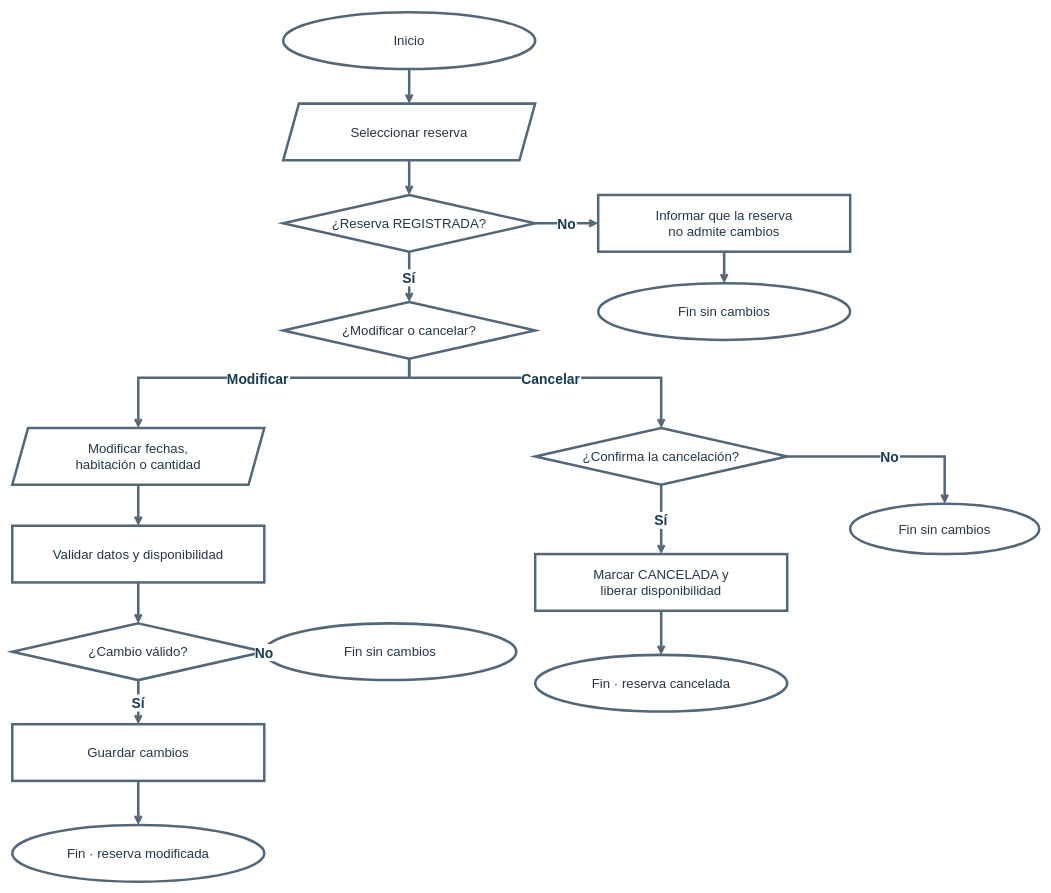
Yutre3/hotel-duerme-bien keeps this draw.io diagram as diagramas-editables/flujo-gestion-reservas.drawio. Above is the earlier version. Source tidied: cells renumbered, new cells numbered last; positions are measured from the earlier drawing's top-left corner, leaving out a move shared by most shapes. Both pictures are drawn from the tidied source at 63%, with x=0, y=0 at pixel (12, 12).
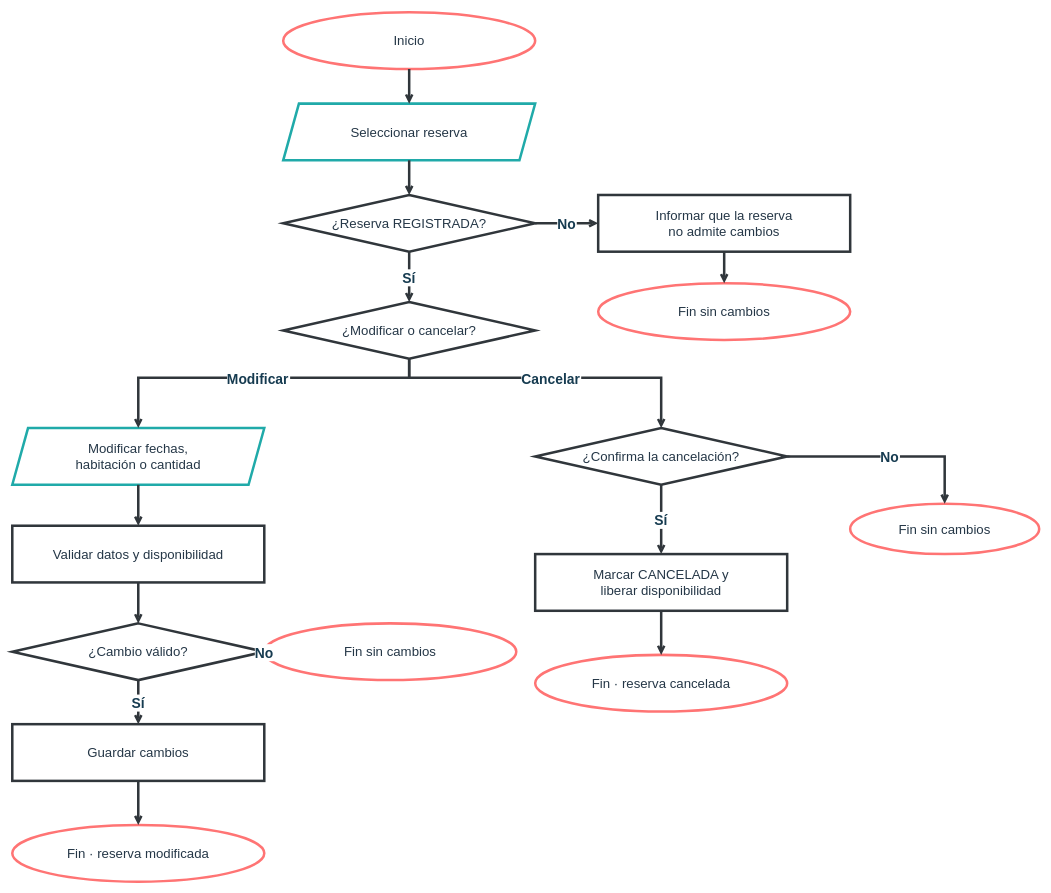
Above is the later version.

What changed in the source:
```diff
@@
-    <mxCell id="2" value="Inicio" style="ellipse;html=0;whiteSpace=wrap;strokeColor=#546778;strokeWidth=4;fillColor=#ffffff;fontColor=#253747;fontSize=21;" parent="1" vertex="1">
+    <mxCell id="2" value="Inicio" style="ellipse;html=0;whiteSpace=wrap;strokeColor=#ff7474;strokeWidth=4;fillColor=#ffffff;fontColor=#253747;fontSize=21;" parent="1" vertex="1">
       <mxGeometry x="430" width="400" height="90" as="geometry" />
     </mxCell>
-    <mxCell id="3" value="Seleccionar reserva" style="shape=parallelogram;fixedSize=1;size=25;html=0;whiteSpace=wrap;strokeColor=#546778;strokeWidth=4;fillColor=#ffffff;fontColor=#253747;fontSize=21;" parent="1" vertex="1">
+    <mxCell id="3" value="Seleccionar reserva" style="shape=parallelogram;fixedSize=1;size=25;html=0;whiteSpace=wrap;strokeColor=#20aaa9;strokeWidth=4;fillColor=#ffffff;fontColor=#253747;fontSize=21;" parent="1" vertex="1">
       <mxGeometry x="430" y="145" width="400" height="90" as="geometry" />
     </mxCell>
-    <mxCell id="4" value="¿Reserva REGISTRADA?" style="rhombus;html=0;whiteSpace=wrap;strokeColor=#546778;strokeWidth=4;fillColor=#ffffff;fontColor=#253747;fontSize=21;" parent="1" vertex="1">
+    <mxCell id="4" value="¿Reserva REGISTRADA?" style="rhombus;html=0;whiteSpace=wrap;strokeColor=#30363b;strokeWidth=4;fillColor=#ffffff;fontColor=#253747;fontSize=21;" parent="1" vertex="1">
       <mxGeometry x="430" y="290" width="400" height="90" as="geometry" />
     </mxCell>
-    <mxCell id="5" value="¿Modificar o cancelar?" style="rhombus;html=0;whiteSpace=wrap;strokeColor=#546778;strokeWidth=4;fillColor=#ffffff;fontColor=#253747;fontSize=21;" parent="1" vertex="1">
+    <mxCell id="5" value="¿Modificar o cancelar?" style="rhombus;html=0;whiteSpace=wrap;strokeColor=#30363b;strokeWidth=4;fillColor=#ffffff;fontColor=#253747;fontSize=21;" parent="1" vertex="1">
       <mxGeometry x="430" y="460" width="400" height="90" as="geometry" />
     </mxCell>
-    <mxCell id="6" value="Informar que la reserva&#10;no admite cambios" style="rounded=0;html=0;whiteSpace=wrap;strokeColor=#546778;strokeWidth=4;fillColor=#ffffff;fontColor=#253747;fontSize=21;" parent="1" vertex="1">
+    <mxCell id="6" value="Informar que la reserva&#10;no admite cambios" style="rounded=0;html=0;whiteSpace=wrap;strokeColor=#30363b;strokeWidth=4;fillColor=#ffffff;fontColor=#253747;fontSize=21;" parent="1" vertex="1">
       <mxGeometry x="930" y="290" width="400" height="90" as="geometry" />
     </mxCell>
-    <mxCell id="7" value="Fin sin cambios" style="ellipse;html=0;whiteSpace=wrap;strokeColor=#546778;strokeWidth=4;fillColor=#ffffff;fontColor=#253747;fontSize=21;" parent="1" vertex="1">
+    <mxCell id="7" value="Fin sin cambios" style="ellipse;html=0;whiteSpace=wrap;strokeColor=#ff7474;strokeWidth=4;fillColor=#ffffff;fontColor=#253747;fontSize=21;" parent="1" vertex="1">
       <mxGeometry x="930" y="430" width="400" height="90" as="geometry" />
     </mxCell>
-    <mxCell id="8" value="Modificar fechas,&#10;habitación o cantidad" style="shape=parallelogram;fixedSize=1;size=25;html=0;whiteSpace=wrap;strokeColor=#546778;strokeWidth=4;fillColor=#ffffff;fontColor=#253747;fontSize=21;" parent="1" vertex="1">
+    <mxCell id="8" value="Modificar fechas,&#10;habitación o cantidad" style="shape=parallelogram;fixedSize=1;size=25;html=0;whiteSpace=wrap;strokeColor=#20aaa9;strokeWidth=4;fillColor=#ffffff;fontColor=#253747;fontSize=21;" parent="1" vertex="1">
       <mxGeometry y="660" width="400" height="90" as="geometry" />
     </mxCell>
-    <mxCell id="9" value="Validar datos y disponibilidad" style="rounded=0;html=0;whiteSpace=wrap;strokeColor=#546778;strokeWidth=4;fillColor=#ffffff;fontColor=#253747;fontSize=21;" parent="1" vertex="1">
+    <mxCell id="9" value="Validar datos y disponibilidad" style="rounded=0;html=0;whiteSpace=wrap;strokeColor=#30363b;strokeWidth=4;fillColor=#ffffff;fontColor=#253747;fontSize=21;" parent="1" vertex="1">
       <mxGeometry y="815" width="400" height="90" as="geometry" />
     </mxCell>
-    <mxCell id="10" value="¿Cambio válido?" style="rhombus;html=0;whiteSpace=wrap;strokeColor=#546778;strokeWidth=4;fillColor=#ffffff;fontColor=#253747;fontSize=21;" parent="1" vertex="1">
+    <mxCell id="10" value="¿Cambio válido?" style="rhombus;html=0;whiteSpace=wrap;strokeColor=#30363b;strokeWidth=4;fillColor=#ffffff;fontColor=#253747;fontSize=21;" parent="1" vertex="1">
       <mxGeometry y="970" width="400" height="90" as="geometry" />
     </mxCell>
-    <mxCell id="11" value="Guardar cambios" style="rounded=0;html=0;whiteSpace=wrap;strokeColor=#546778;strokeWidth=4;fillColor=#ffffff;fontColor=#253747;fontSize=21;" parent="1" vertex="1">
+    <mxCell id="11" value="Guardar cambios" style="rounded=0;html=0;whiteSpace=wrap;strokeColor=#30363b;strokeWidth=4;fillColor=#ffffff;fontColor=#253747;fontSize=21;" parent="1" vertex="1">
       <mxGeometry y="1130" width="400" height="90" as="geometry" />
     </mxCell>
-    <mxCell id="12" value="Fin · reserva modificada" style="ellipse;html=0;whiteSpace=wrap;strokeColor=#546778;strokeWidth=4;fillColor=#ffffff;fontColor=#253747;fontSize=21;" parent="1" vertex="1">
+    <mxCell id="12" value="Fin · reserva modificada" style="ellipse;html=0;whiteSpace=wrap;strokeColor=#ff7474;strokeWidth=4;fillColor=#ffffff;fontColor=#253747;fontSize=21;" parent="1" vertex="1">
       <mxGeometry y="1290" width="400" height="90" as="geometry" />
     </mxCell>
-    <mxCell id="13" value="Fin sin cambios" style="ellipse;html=0;whiteSpace=wrap;strokeColor=#546778;strokeWidth=4;fillColor=#ffffff;fontColor=#253747;fontSize=21;" parent="1" vertex="1">
+    <mxCell id="13" value="Fin sin cambios" style="ellipse;html=0;whiteSpace=wrap;strokeColor=#ff7474;strokeWidth=4;fillColor=#ffffff;fontColor=#253747;fontSize=21;" parent="1" vertex="1">
       <mxGeometry x="400" y="970" width="400" height="90" as="geometry" />
     </mxCell>
-    <mxCell id="14" value="¿Confirma la cancelación?" style="rhombus;html=0;whiteSpace=wrap;strokeColor=#546778;strokeWidth=4;fillColor=#ffffff;fontColor=#253747;fontSize=21;" parent="1" vertex="1">
+    <mxCell id="14" value="¿Confirma la cancelación?" style="rhombus;html=0;whiteSpace=wrap;strokeColor=#30363b;strokeWidth=4;fillColor=#ffffff;fontColor=#253747;fontSize=21;" parent="1" vertex="1">
       <mxGeometry x="830" y="660" width="400" height="90" as="geometry" />
     </mxCell>
-    <mxCell id="15" value="Marcar CANCELADA y&#10;liberar disponibilidad" style="rounded=0;html=0;whiteSpace=wrap;strokeColor=#546778;strokeWidth=4;fillColor=#ffffff;fontColor=#253747;fontSize=21;" parent="1" vertex="1">
+    <mxCell id="15" value="Marcar CANCELADA y&#10;liberar disponibilidad" style="rounded=0;html=0;whiteSpace=wrap;strokeColor=#30363b;strokeWidth=4;fillColor=#ffffff;fontColor=#253747;fontSize=21;" parent="1" vertex="1">
       <mxGeometry x="830" y="860" width="400" height="90" as="geometry" />
     </mxCell>
-    <mxCell id="16" value="Fin · reserva cancelada" style="ellipse;html=0;whiteSpace=wrap;strokeColor=#546778;strokeWidth=4;fillColor=#ffffff;fontColor=#253747;fontSize=21;" parent="1" vertex="1">
+    <mxCell id="16" value="Fin · reserva cancelada" style="ellipse;html=0;whiteSpace=wrap;strokeColor=#ff7474;strokeWidth=4;fillColor=#ffffff;fontColor=#253747;fontSize=21;" parent="1" vertex="1">
       <mxGeometry x="830" y="1020" width="400" height="90" as="geometry" />
     </mxCell>
-    <mxCell id="17" value="Fin sin cambios" style="ellipse;html=0;whiteSpace=wrap;strokeColor=#546778;strokeWidth=4;fillColor=#ffffff;fontColor=#253747;fontSize=21;" parent="1" vertex="1">
+    <mxCell id="17" value="Fin sin cambios" style="ellipse;html=0;whiteSpace=wrap;strokeColor=#ff7474;strokeWidth=4;fillColor=#ffffff;fontColor=#253747;fontSize=21;" parent="1" vertex="1">
       <mxGeometry x="1330" y="780" width="300" height="80" as="geometry" />
     </mxCell>
-    <mxCell id="18" style="html=0;edgeStyle=orthogonalEdgeStyle;jettySize=32;rounded=0;strokeWidth=4;strokeColor=#546778;fontSize=22;fontStyle=1;fontColor=#163b50;labelBackgroundColor=#ffffff;endArrow=open;endFill=0;startArrow=none;startFill=0;exitX=0.5;exitY=1;exitPerimeter=0;entryX=0.5;entryY=0;entryPerimeter=0;" parent="1" edge="1" source="2" target="3">
+    <mxCell id="18" style="html=0;edgeStyle=orthogonalEdgeStyle;jettySize=32;rounded=0;strokeWidth=4;strokeColor=#30363b;fontSize=22;fontStyle=1;fontColor=#163b50;labelBackgroundColor=#ffffff;endArrow=open;endFill=0;startArrow=none;startFill=0;exitX=0.5;exitY=1;exitPerimeter=0;entryX=0.5;entryY=0;entryPerimeter=0;" parent="1" edge="1" source="2" target="3">
       <mxGeometry relative="1" as="geometry" />
     </mxCell>
-    <mxCell id="19" style="html=0;edgeStyle=orthogonalEdgeStyle;jettySize=32;rounded=0;strokeWidth=4;strokeColor=#546778;fontSize=22;fontStyle=1;fontColor=#163b50;labelBackgroundColor=#ffffff;endArrow=open;endFill=0;startArrow=none;startFill=0;exitX=0.5;exitY=1;exitPerimeter=0;entryX=0.5;entryY=0;entryPerimeter=0;" parent="1" edge="1" source="3" target="4">
+    <mxCell id="19" style="html=0;edgeStyle=orthogonalEdgeStyle;jettySize=32;rounded=0;strokeWidth=4;strokeColor=#30363b;fontSize=22;fontStyle=1;fontColor=#163b50;labelBackgroundColor=#ffffff;endArrow=open;endFill=0;startArrow=none;startFill=0;exitX=0.5;exitY=1;exitPerimeter=0;entryX=0.5;entryY=0;entryPerimeter=0;" parent="1" edge="1" source="3" target="4">
       <mxGeometry relative="1" as="geometry" />
     </mxCell>
-    <mxCell id="20" value="Sí" style="html=0;edgeStyle=orthogonalEdgeStyle;jettySize=32;rounded=0;strokeWidth=4;strokeColor=#546778;fontSize=22;fontStyle=1;fontColor=#163b50;labelBackgroundColor=#ffffff;endArrow=open;endFill=0;startArrow=none;startFill=0;exitX=0.5;exitY=1;exitPerimeter=0;entryX=0.5;entryY=0;entryPerimeter=0;" parent="1" edge="1" source="4" target="5">
+    <mxCell id="20" value="Sí" style="html=0;edgeStyle=orthogonalEdgeStyle;jettySize=32;rounded=0;strokeWidth=4;strokeColor=#30363b;fontSize=22;fontStyle=1;fontColor=#163b50;labelBackgroundColor=#ffffff;endArrow=open;endFill=0;startArrow=none;startFill=0;exitX=0.5;exitY=1;exitPerimeter=0;entryX=0.5;entryY=0;entryPerimeter=0;" parent="1" edge="1" source="4" target="5">
       <mxGeometry relative="1" as="geometry" />
     </mxCell>
-    <mxCell id="21" style="html=0;edgeStyle=orthogonalEdgeStyle;jettySize=32;rounded=0;strokeWidth=4;strokeColor=#546778;fontSize=22;fontStyle=1;fontColor=#163b50;labelBackgroundColor=#ffffff;endArrow=open;endFill=0;startArrow=none;startFill=0;exitX=0.5;exitY=1;exitPerimeter=0;entryX=0.5;entryY=0;entryPerimeter=0;" parent="1" edge="1" source="8" target="9">
+    <mxCell id="21" style="html=0;edgeStyle=orthogonalEdgeStyle;jettySize=32;rounded=0;strokeWidth=4;strokeColor=#30363b;fontSize=22;fontStyle=1;fontColor=#163b50;labelBackgroundColor=#ffffff;endArrow=open;endFill=0;startArrow=none;startFill=0;exitX=0.5;exitY=1;exitPerimeter=0;entryX=0.5;entryY=0;entryPerimeter=0;" parent="1" edge="1" source="8" target="9">
       <mxGeometry relative="1" as="geometry" />
     </mxCell>
-    <mxCell id="22" style="html=0;edgeStyle=orthogonalEdgeStyle;jettySize=32;rounded=0;strokeWidth=4;strokeColor=#546778;fontSize=22;fontStyle=1;fontColor=#163b50;labelBackgroundColor=#ffffff;endArrow=open;endFill=0;startArrow=none;startFill=0;exitX=0.5;exitY=1;exitPerimeter=0;entryX=0.5;entryY=0;entryPerimeter=0;" parent="1" edge="1" source="9" target="10">
+    <mxCell id="22" style="html=0;edgeStyle=orthogonalEdgeStyle;jettySize=32;rounded=0;strokeWidth=4;strokeColor=#30363b;fontSize=22;fontStyle=1;fontColor=#163b50;labelBackgroundColor=#ffffff;endArrow=open;endFill=0;startArrow=none;startFill=0;exitX=0.5;exitY=1;exitPerimeter=0;entryX=0.5;entryY=0;entryPerimeter=0;" parent="1" edge="1" source="9" target="10">
       <mxGeometry relative="1" as="geometry" />
     </mxCell>
-    <mxCell id="23" value="Sí" style="html=0;edgeStyle=orthogonalEdgeStyle;jettySize=32;rounded=0;strokeWidth=4;strokeColor=#546778;fontSize=22;fontStyle=1;fontColor=#163b50;labelBackgroundColor=#ffffff;endArrow=open;endFill=0;startArrow=none;startFill=0;exitX=0.5;exitY=1;exitPerimeter=0;entryX=0.5;entryY=0;entryPerimeter=0;" parent="1" edge="1" source="10" target="11">
+    <mxCell id="23" value="Sí" style="html=0;edgeStyle=orthogonalEdgeStyle;jettySize=32;rounded=0;strokeWidth=4;strokeColor=#30363b;fontSize=22;fontStyle=1;fontColor=#163b50;labelBackgroundColor=#ffffff;endArrow=open;endFill=0;startArrow=none;startFill=0;exitX=0.5;exitY=1;exitPerimeter=0;entryX=0.5;entryY=0;entryPerimeter=0;" parent="1" edge="1" source="10" target="11">
       <mxGeometry relative="1" as="geometry" />
     </mxCell>
-    <mxCell id="24" style="html=0;edgeStyle=orthogonalEdgeStyle;jettySize=32;rounded=0;strokeWidth=4;strokeColor=#546778;fontSize=22;fontStyle=1;fontColor=#163b50;labelBackgroundColor=#ffffff;endArrow=open;endFill=0;startArrow=none;startFill=0;exitX=0.5;exitY=1;exitPerimeter=0;entryX=0.5;entryY=0;entryPerimeter=0;" parent="1" edge="1" source="11" target="12">
+    <mxCell id="24" style="html=0;edgeStyle=orthogonalEdgeStyle;jettySize=32;rounded=0;strokeWidth=4;strokeColor=#30363b;fontSize=22;fontStyle=1;fontColor=#163b50;labelBackgroundColor=#ffffff;endArrow=open;endFill=0;startArrow=none;startFill=0;exitX=0.5;exitY=1;exitPerimeter=0;entryX=0.5;entryY=0;entryPerimeter=0;" parent="1" edge="1" source="11" target="12">
       <mxGeometry relative="1" as="geometry" />
     </mxCell>
-    <mxCell id="25" style="html=0;edgeStyle=orthogonalEdgeStyle;jettySize=32;rounded=0;strokeWidth=4;strokeColor=#546778;fontSize=22;fontStyle=1;fontColor=#163b50;labelBackgroundColor=#ffffff;endArrow=open;endFill=0;startArrow=none;startFill=0;exitX=0.5;exitY=1;exitPerimeter=0;entryX=0.5;entryY=0;entryPerimeter=0;" parent="1" edge="1" source="6" target="7">
+    <mxCell id="25" style="html=0;edgeStyle=orthogonalEdgeStyle;jettySize=32;rounded=0;strokeWidth=4;strokeColor=#30363b;fontSize=22;fontStyle=1;fontColor=#163b50;labelBackgroundColor=#ffffff;endArrow=open;endFill=0;startArrow=none;startFill=0;exitX=0.5;exitY=1;exitPerimeter=0;entryX=0.5;entryY=0;entryPerimeter=0;" parent="1" edge="1" source="6" target="7">
       <mxGeometry relative="1" as="geometry" />
     </mxCell>
-    <mxCell id="26" value="Sí" style="html=0;edgeStyle=orthogonalEdgeStyle;jettySize=32;rounded=0;strokeWidth=4;strokeColor=#546778;fontSize=22;fontStyle=1;fontColor=#163b50;labelBackgroundColor=#ffffff;endArrow=open;endFill=0;startArrow=none;startFill=0;exitX=0.5;exitY=1;exitPerimeter=0;entryX=0.5;entryY=0;entryPerimeter=0;" parent="1" edge="1" source="14" target="15">
+    <mxCell id="26" value="Sí" style="html=0;edgeStyle=orthogonalEdgeStyle;jettySize=32;rounded=0;strokeWidth=4;strokeColor=#30363b;fontSize=22;fontStyle=1;fontColor=#163b50;labelBackgroundColor=#ffffff;endArrow=open;endFill=0;startArrow=none;startFill=0;exitX=0.5;exitY=1;exitPerimeter=0;entryX=0.5;entryY=0;entryPerimeter=0;" parent="1" edge="1" source="14" target="15">
       <mxGeometry relative="1" as="geometry" />
     </mxCell>
-    <mxCell id="27" style="html=0;edgeStyle=orthogonalEdgeStyle;jettySize=32;rounded=0;strokeWidth=4;strokeColor=#546778;fontSize=22;fontStyle=1;fontColor=#163b50;labelBackgroundColor=#ffffff;endArrow=open;endFill=0;startArrow=none;startFill=0;exitX=0.5;exitY=1;exitPerimeter=0;entryX=0.5;entryY=0;entryPerimeter=0;" parent="1" edge="1" source="15" target="16">
+    <mxCell id="27" style="html=0;edgeStyle=orthogonalEdgeStyle;jettySize=32;rounded=0;strokeWidth=4;strokeColor=#30363b;fontSize=22;fontStyle=1;fontColor=#163b50;labelBackgroundColor=#ffffff;endArrow=open;endFill=0;startArrow=none;startFill=0;exitX=0.5;exitY=1;exitPerimeter=0;entryX=0.5;entryY=0;entryPerimeter=0;" parent="1" edge="1" source="15" target="16">
       <mxGeometry relative="1" as="geometry" />
     </mxCell>
-    <mxCell id="28" value="No" style="html=0;edgeStyle=orthogonalEdgeStyle;jettySize=32;rounded=0;strokeWidth=4;strokeColor=#546778;fontSize=22;fontStyle=1;fontColor=#163b50;labelBackgroundColor=#ffffff;endArrow=open;endFill=0;startArrow=none;startFill=0;exitX=1;exitY=0.5;exitPerimeter=0;entryX=0;entryY=0.5;entryPerimeter=0;" parent="1" edge="1" source="4" target="6">
+    <mxCell id="28" value="No" style="html=0;edgeStyle=orthogonalEdgeStyle;jettySize=32;rounded=0;strokeWidth=4;strokeColor=#30363b;fontSize=22;fontStyle=1;fontColor=#163b50;labelBackgroundColor=#ffffff;endArrow=open;endFill=0;startArrow=none;startFill=0;exitX=1;exitY=0.5;exitPerimeter=0;entryX=0;entryY=0.5;entryPerimeter=0;" parent="1" edge="1" source="4" target="6">
       <mxGeometry relative="1" as="geometry" />
     </mxCell>
-    <mxCell id="29" value="Modificar" style="html=0;edgeStyle=orthogonalEdgeStyle;jettySize=32;rounded=0;strokeWidth=4;strokeColor=#546778;fontSize=22;fontStyle=1;fontColor=#163b50;labelBackgroundColor=#ffffff;endArrow=open;endFill=0;startArrow=none;startFill=0;exitX=0.5;exitY=1;exitPerimeter=0;entryX=0.5;entryY=0;entryPerimeter=0;" parent="1" edge="1" source="5" target="8">
+    <mxCell id="29" value="Modificar" style="html=0;edgeStyle=orthogonalEdgeStyle;jettySize=32;rounded=0;strokeWidth=4;strokeColor=#30363b;fontSize=22;fontStyle=1;fontColor=#163b50;labelBackgroundColor=#ffffff;endArrow=open;endFill=0;startArrow=none;startFill=0;exitX=0.5;exitY=1;exitPerimeter=0;entryX=0.5;entryY=0;entryPerimeter=0;" parent="1" edge="1" source="5" target="8">
       <mxGeometry relative="1" as="geometry">
         <Array as="points">
           <mxPoint x="200" y="580" />
         </Array>
       </mxGeometry>
     </mxCell>
-    <mxCell id="30" value="Cancelar" style="html=0;edgeStyle=orthogonalEdgeStyle;jettySize=32;rounded=0;strokeWidth=4;strokeColor=#546778;fontSize=22;fontStyle=1;fontColor=#163b50;labelBackgroundColor=#ffffff;endArrow=open;endFill=0;startArrow=none;startFill=0;exitX=0.5;exitY=1;exitPerimeter=0;entryX=0.5;entryY=0;entryPerimeter=0;" parent="1" edge="1" source="5" target="14">
+    <mxCell id="30" value="Cancelar" style="html=0;edgeStyle=orthogonalEdgeStyle;jettySize=32;rounded=0;strokeWidth=4;strokeColor=#30363b;fontSize=22;fontStyle=1;fontColor=#163b50;labelBackgroundColor=#ffffff;endArrow=open;endFill=0;startArrow=none;startFill=0;exitX=0.5;exitY=1;exitPerimeter=0;entryX=0.5;entryY=0;entryPerimeter=0;" parent="1" edge="1" source="5" target="14">
       <mxGeometry relative="1" as="geometry">
         <Array as="points">
           <mxPoint x="1030" y="580" />
         </Array>
       </mxGeometry>
     </mxCell>
-    <mxCell id="31" value="No" style="html=0;edgeStyle=orthogonalEdgeStyle;jettySize=32;rounded=0;strokeWidth=4;strokeColor=#546778;fontSize=22;fontStyle=1;fontColor=#163b50;labelBackgroundColor=#ffffff;endArrow=open;endFill=0;startArrow=none;startFill=0;exitX=1;exitY=0.5;exitPerimeter=0;entryX=0;entryY=0.5;entryPerimeter=0;" parent="1" edge="1" source="10" target="13">
+    <mxCell id="31" value="No" style="html=0;edgeStyle=orthogonalEdgeStyle;jettySize=32;rounded=0;strokeWidth=4;strokeColor=#30363b;fontSize=22;fontStyle=1;fontColor=#163b50;labelBackgroundColor=#ffffff;endArrow=open;endFill=0;startArrow=none;startFill=0;exitX=1;exitY=0.5;exitPerimeter=0;entryX=0;entryY=0.5;entryPerimeter=0;" parent="1" edge="1" source="10" target="13">
       <mxGeometry relative="1" as="geometry" />
     </mxCell>
-    <mxCell id="32" value="No" style="html=0;edgeStyle=orthogonalEdgeStyle;jettySize=32;rounded=0;strokeWidth=4;strokeColor=#546778;fontSize=22;fontStyle=1;fontColor=#163b50;labelBackgroundColor=#ffffff;endArrow=open;endFill=0;startArrow=none;startFill=0;exitX=1;exitY=0.5;exitPerimeter=0;entryX=0.5;entryY=0;entryPerimeter=0;" parent="1" edge="1" source="14" target="17">
+    <mxCell id="32" value="No" style="html=0;edgeStyle=orthogonalEdgeStyle;jettySize=32;rounded=0;strokeWidth=4;strokeColor=#30363b;fontSize=22;fontStyle=1;fontColor=#163b50;labelBackgroundColor=#ffffff;endArrow=open;endFill=0;startArrow=none;startFill=0;exitX=1;exitY=0.5;exitPerimeter=0;entryX=0.5;entryY=0;entryPerimeter=0;" parent="1" edge="1" source="14" target="17">
       <mxGeometry relative="1" as="geometry">
         <Array as="points">
           <mxPoint x="1280" y="705" />
           <mxPoint x="1480" y="705" />
         </Array>
       </mxGeometry>
     </mxCell>
```
